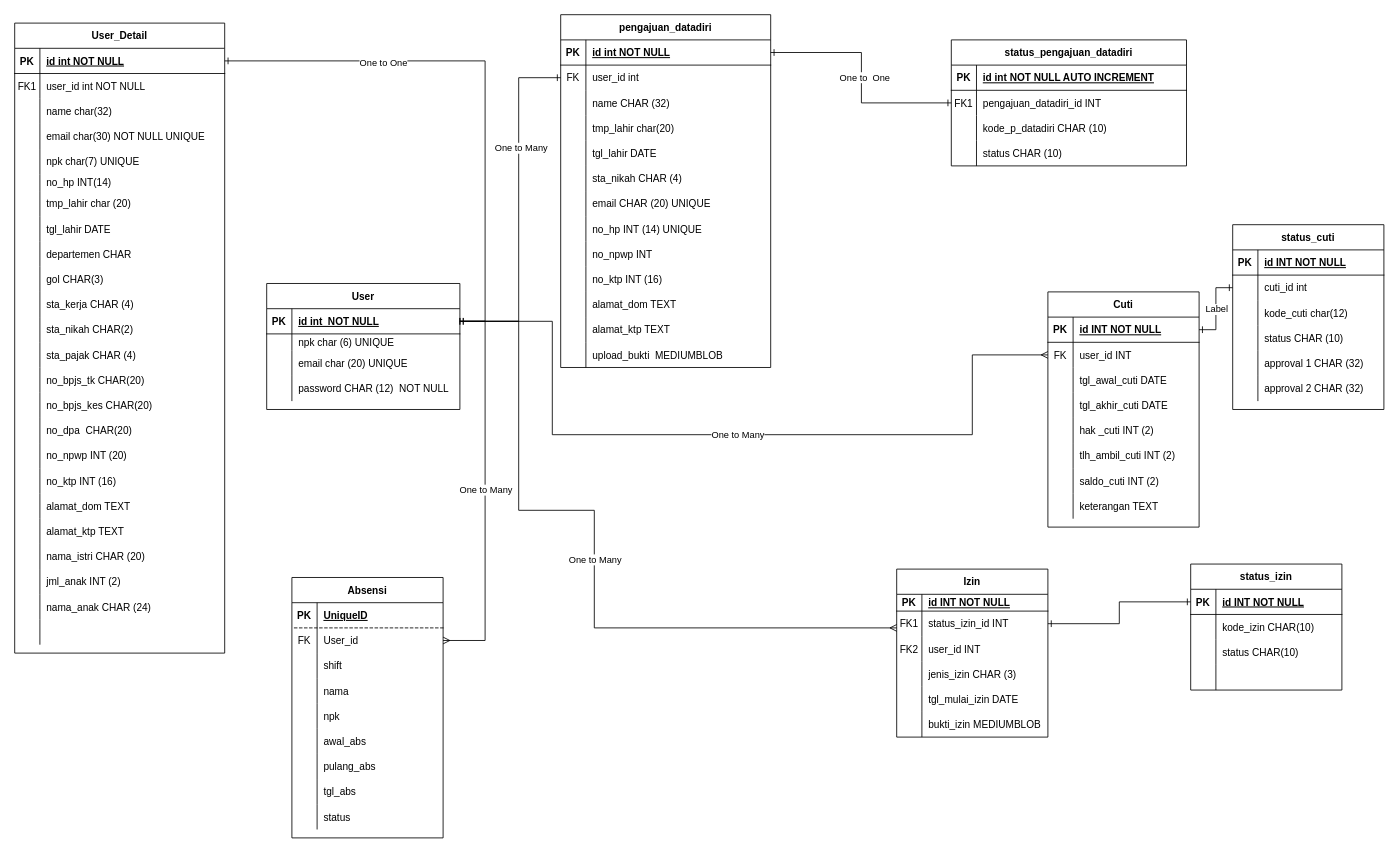
The draw.io diagram page "ERD" (1 of 6) of ERDS1AR/ERD S1AR.drawio in magang-aiia/ERD-Diagram, before the edit. Source tidied: cells renumbered, new cells numbered last; positions are measured from the earlier drawing's top-left corner, leaving out a move shared by most shapes. Both pictures are drawn from the tidied source at 84%, with x=0, y=0 at pixel (14, 14).
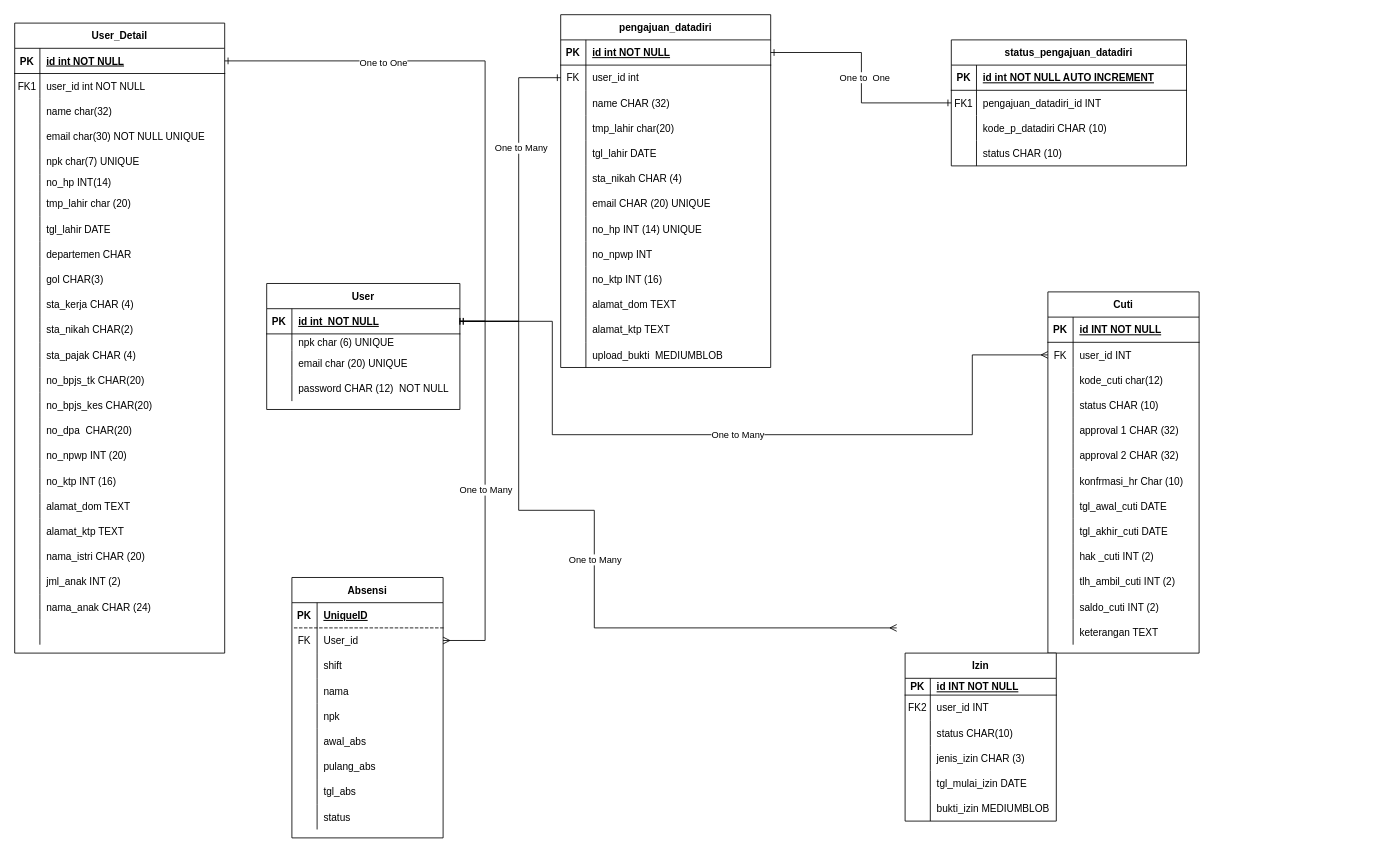
The same diagram, later.

Unchanged cells that the change refers to:
```xml
<mxCell id="129" style="shape=tableRow;horizontal=0;startSize=0;swimlaneHead=0;swimlaneBody=0;fillColor=none;points=[[0,0.5],[1,0.5]];portConstraint=eastwest;top=0;left=0;right=0;bottom=1;rounded=0;" parent="128" vertex="1">
  <mxGeometry y="30" width="180" height="30" as="geometry" />
</mxCell>
```

Change to the diagram source:
```diff
@@
     <mxCell id="128" value="Cuti" style="shape=table;startSize=30;childLayout=tableLayout;rowLines=0;fontStyle=1;align=center;rounded=0;" parent="1" vertex="1">
-      <mxGeometry x="1230" y="330" width="180" height="280" as="geometry" />
+      <mxGeometry x="1230" y="330" width="180" height="430" as="geometry" />
     </mxCell>
@@
+    <mxCell id="260" style="shape=tableRow;horizontal=0;startSize=0;swimlaneHead=0;swimlaneBody=0;fillColor=none;top=0;left=0;right=0;bottom=0;rounded=0;" parent="128" vertex="1">
+      <mxGeometry y="90" width="180" height="30" as="geometry" />
+    </mxCell>
+    <mxCell id="261" style="shape=partialRectangle;fillColor=none;top=0;left=0;bottom=0;right=0;overflow=hidden;rounded=0;" parent="260" vertex="1">
+      <mxGeometry width="30" height="30" as="geometry" />
+    </mxCell>
+    <mxCell id="194" value="kode_cuti char(12)" style="shape=partialRectangle;fillColor=none;top=0;left=0;bottom=0;right=0;align=left;spacingLeft=6;overflow=hidden;rounded=0;" parent="260" vertex="1">
+      <mxGeometry x="30" width="150" height="30" as="geometry" />
+    </mxCell>
+    <mxCell id="262" style="shape=tableRow;horizontal=0;startSize=0;swimlaneHead=0;swimlaneBody=0;fillColor=none;top=0;left=0;right=0;bottom=0;rounded=0;" parent="128" vertex="1">
+      <mxGeometry y="120" width="180" height="30" as="geometry" />
+    </mxCell>
+    <mxCell id="263" style="shape=partialRectangle;fillColor=none;top=0;left=0;bottom=0;right=0;overflow=hidden;rounded=0;" parent="262" vertex="1">
+      <mxGeometry width="30" height="30" as="geometry" />
+    </mxCell>
+    <mxCell id="197" value="status CHAR (10)" style="shape=partialRectangle;fillColor=none;top=0;left=0;bottom=0;right=0;align=left;spacingLeft=6;overflow=hidden;rounded=0;" parent="262" vertex="1">
+      <mxGeometry x="30" width="150" height="30" as="geometry" />
+    </mxCell>
+    <mxCell id="198" style="shape=tableRow;horizontal=0;startSize=0;swimlaneHead=0;swimlaneBody=0;fillColor=none;top=0;left=0;right=0;bottom=0;rounded=0;" parent="128" vertex="1">
+      <mxGeometry y="150" width="180" height="30" as="geometry" />
+    </mxCell>
+    <mxCell id="264" style="shape=partialRectangle;fillColor=none;top=0;left=0;bottom=0;right=0;overflow=hidden;rounded=0;" parent="198" vertex="1">
+      <mxGeometry width="30" height="30" as="geometry" />
+    </mxCell>
+    <mxCell id="200" value="approval 1 CHAR (32)" style="shape=partialRectangle;fillColor=none;top=0;left=0;bottom=0;right=0;align=left;spacingLeft=6;overflow=hidden;rounded=0;" parent="198" vertex="1">
+      <mxGeometry x="30" width="150" height="30" as="geometry" />
+    </mxCell>
+    <mxCell id="201" style="shape=tableRow;horizontal=0;startSize=0;swimlaneHead=0;swimlaneBody=0;fillColor=none;top=0;left=0;right=0;bottom=0;rounded=0;" parent="128" vertex="1">
+      <mxGeometry y="180" width="180" height="30" as="geometry" />
+    </mxCell>
+    <mxCell id="265" style="shape=partialRectangle;fillColor=none;top=0;left=0;bottom=0;right=0;overflow=hidden;rounded=0;" parent="201" vertex="1">
+      <mxGeometry width="30" height="30" as="geometry" />
+    </mxCell>
+    <mxCell id="203" value="approval 2 CHAR (32)" style="shape=partialRectangle;fillColor=none;top=0;left=0;bottom=0;right=0;align=left;spacingLeft=6;overflow=hidden;rounded=0;" parent="201" vertex="1">
+      <mxGeometry x="30" width="150" height="30" as="geometry" />
+    </mxCell>
+    <mxCell id="266" style="shape=tableRow;horizontal=0;startSize=0;swimlaneHead=0;swimlaneBody=0;fillColor=none;top=0;left=0;right=0;bottom=0;rounded=0;" parent="128" vertex="1">
+      <mxGeometry y="210" width="180" height="30" as="geometry" />
+    </mxCell>
+    <mxCell id="267" style="shape=partialRectangle;fillColor=none;top=0;left=0;bottom=0;right=0;overflow=hidden;rounded=0;" parent="266" vertex="1">
+      <mxGeometry width="30" height="30" as="geometry" />
+    </mxCell>
+    <mxCell id="268" value="konfrmasi_hr Char (10)" style="shape=partialRectangle;fillColor=none;top=0;left=0;bottom=0;right=0;align=left;spacingLeft=6;overflow=hidden;rounded=0;" parent="266" vertex="1">
+      <mxGeometry x="30" width="150" height="30" as="geometry" />
+    </mxCell>
     <mxCell id="135" style="shape=tableRow;horizontal=0;startSize=0;swimlaneHead=0;swimlaneBody=0;fillColor=none;top=0;left=0;right=0;bottom=0;rounded=0;" parent="128" vertex="1">
-      <mxGeometry y="90" width="180" height="30" as="geometry" />
+      <mxGeometry y="240" width="180" height="30" as="geometry" />
     </mxCell>
@@
     <mxCell id="138" style="shape=tableRow;horizontal=0;startSize=0;swimlaneHead=0;swimlaneBody=0;fillColor=none;top=0;left=0;right=0;bottom=0;rounded=0;" parent="128" vertex="1">
-      <mxGeometry y="120" width="180" height="30" as="geometry" />
+      <mxGeometry y="270" width="180" height="30" as="geometry" />
     </mxCell>
@@
     <mxCell id="141" style="shape=tableRow;horizontal=0;startSize=0;swimlaneHead=0;swimlaneBody=0;fillColor=none;top=0;left=0;right=0;bottom=0;rounded=0;" parent="128" vertex="1">
-      <mxGeometry y="150" width="180" height="30" as="geometry" />
+      <mxGeometry y="300" width="180" height="30" as="geometry" />
     </mxCell>
@@
     <mxCell id="144" style="shape=tableRow;horizontal=0;startSize=0;swimlaneHead=0;swimlaneBody=0;fillColor=none;top=0;left=0;right=0;bottom=0;rounded=0;" parent="128" vertex="1">
-      <mxGeometry y="180" width="180" height="30" as="geometry" />
+      <mxGeometry y="330" width="180" height="30" as="geometry" />
     </mxCell>
@@
     <mxCell id="147" style="shape=tableRow;horizontal=0;startSize=0;swimlaneHead=0;swimlaneBody=0;fillColor=none;top=0;left=0;right=0;bottom=0;rounded=0;" parent="128" vertex="1">
-      <mxGeometry y="210" width="180" height="30" as="geometry" />
+      <mxGeometry y="360" width="180" height="30" as="geometry" />
     </mxCell>
@@
     <mxCell id="150" style="shape=tableRow;horizontal=0;startSize=0;swimlaneHead=0;swimlaneBody=0;fillColor=none;top=0;left=0;right=0;bottom=0;rounded=0;" parent="128" vertex="1">
-      <mxGeometry y="240" width="180" height="30" as="geometry" />
+      <mxGeometry y="390" width="180" height="30" as="geometry" />
     </mxCell>
@@
     <mxCell id="153" value="Izin" style="shape=table;startSize=30;childLayout=tableLayout;rowLines=0;fontStyle=1;align=center;rounded=0;" parent="1" vertex="1">
-      <mxGeometry x="1050" y="660" width="180" height="200" as="geometry" />
+      <mxGeometry x="1060" y="760" width="180" height="200" as="geometry" />
     </mxCell>
@@
-    <mxCell id="157" style="shape=tableRow;horizontal=0;startSize=0;swimlaneHead=0;swimlaneBody=0;fillColor=none;points=[[0,0.5],[1,0.5]];portConstraint=eastwest;top=0;left=0;right=0;bottom=0;rounded=0;" parent="153" vertex="1">
-      <mxGeometry y="50" width="180" height="30" as="geometry" />
-    </mxCell>
-    <mxCell id="158" value="FK1" style="shape=partialRectangle;fillColor=none;top=0;left=0;bottom=0;right=0;overflow=hidden;rounded=0;" parent="157" vertex="1">
-      <mxGeometry width="30" height="30" as="geometry" />
-    </mxCell>
-    <mxCell id="159" value="status_izin_id INT" style="shape=partialRectangle;fillColor=none;top=0;left=0;bottom=0;right=0;align=left;spacingLeft=6;overflow=hidden;rounded=0;" parent="157" vertex="1">
-      <mxGeometry x="30" width="150" height="30" as="geometry" />
-    </mxCell>
     <mxCell id="160" style="shape=tableRow;horizontal=0;startSize=0;swimlaneHead=0;swimlaneBody=0;fillColor=none;top=0;left=0;right=0;bottom=0;rounded=0;" parent="153" vertex="1">
-      <mxGeometry y="80" width="180" height="30" as="geometry" />
+      <mxGeometry y="50" width="180" height="30" as="geometry" />
     </mxCell>
@@
+    <mxCell id="269" style="shape=tableRow;horizontal=0;startSize=0;swimlaneHead=0;swimlaneBody=0;fillColor=none;top=0;left=0;right=0;bottom=0;rounded=0;" parent="153" vertex="1">
+      <mxGeometry y="80" width="180" height="30" as="geometry" />
+    </mxCell>
+    <mxCell id="270" style="shape=partialRectangle;fillColor=none;top=0;left=0;bottom=0;right=0;overflow=hidden;rounded=0;" parent="269" vertex="1">
+      <mxGeometry width="30" height="30" as="geometry" />
+    </mxCell>
+    <mxCell id="213" value="status CHAR(10)" style="shape=partialRectangle;fillColor=none;top=0;left=0;bottom=0;right=0;align=left;spacingLeft=6;overflow=hidden;rounded=0;" parent="269" vertex="1">
+      <mxGeometry x="30" width="150" height="30" as="geometry" />
+    </mxCell>
@@
-    <mxCell id="185" value="status_cuti" style="shape=table;startSize=30;childLayout=tableLayout;rowLines=0;fontStyle=1;align=center;rounded=0;" parent="1" vertex="1">
-      <mxGeometry x="1450" y="250" width="180" height="220" as="geometry" />
-    </mxCell>
-    <mxCell id="186" style="shape=tableRow;horizontal=0;startSize=0;swimlaneHead=0;swimlaneBody=0;fillColor=none;top=0;left=0;right=0;bottom=1;rounded=0;" parent="185" vertex="1">
-      <mxGeometry y="30" width="180" height="30" as="geometry" />
-    </mxCell>
-    <mxCell id="187" value="PK" style="shape=partialRectangle;fillColor=none;top=0;left=0;bottom=0;right=0;fontStyle=1;overflow=hidden;rounded=0;" parent="186" vertex="1">
-      <mxGeometry width="30" height="30" as="geometry" />
-    </mxCell>
-    <mxCell id="188" value="id INT NOT NULL" style="shape=partialRectangle;fillColor=none;top=0;left=0;bottom=0;right=0;align=left;spacingLeft=6;fontStyle=5;overflow=hidden;rounded=0;" parent="186" vertex="1">
-      <mxGeometry x="30" width="150" height="30" as="geometry" />
-    </mxCell>
-    <mxCell id="189" style="shape=tableRow;horizontal=0;startSize=0;swimlaneHead=0;swimlaneBody=0;fillColor=none;points=[[0,0.5],[1,0.5]];portConstraint=eastwest;top=0;left=0;right=0;bottom=0;rounded=0;" parent="185" vertex="1">
-      <mxGeometry y="60" width="180" height="30" as="geometry" />
-    </mxCell>
-    <mxCell id="190" style="shape=partialRectangle;fillColor=none;top=0;left=0;bottom=0;right=0;overflow=hidden;rounded=0;" parent="189" vertex="1">
-      <mxGeometry width="30" height="30" as="geometry" />
-    </mxCell>
-    <mxCell id="191" value="cuti_id int" style="shape=partialRectangle;fillColor=none;top=0;left=0;bottom=0;right=0;align=left;spacingLeft=6;overflow=hidden;rounded=0;" parent="189" vertex="1">
-      <mxGeometry x="30" width="150" height="30" as="geometry" />
-    </mxCell>
-    <mxCell id="192" style="shape=tableRow;horizontal=0;startSize=0;swimlaneHead=0;swimlaneBody=0;fillColor=none;top=0;left=0;right=0;bottom=0;rounded=0;" parent="185" vertex="1">
-      <mxGeometry y="90" width="180" height="30" as="geometry" />
-    </mxCell>
-    <mxCell id="193" style="shape=partialRectangle;fillColor=none;top=0;left=0;bottom=0;right=0;overflow=hidden;rounded=0;" parent="192" vertex="1">
-      <mxGeometry width="30" height="30" as="geometry" />
-    </mxCell>
-    <mxCell id="194" value="kode_cuti char(12)" style="shape=partialRectangle;fillColor=none;top=0;left=0;bottom=0;right=0;align=left;spacingLeft=6;overflow=hidden;rounded=0;" parent="192" vertex="1">
-      <mxGeometry x="30" width="150" height="30" as="geometry" />
-    </mxCell>
-    <mxCell id="195" style="shape=tableRow;horizontal=0;startSize=0;swimlaneHead=0;swimlaneBody=0;fillColor=none;top=0;left=0;right=0;bottom=0;rounded=0;" parent="185" vertex="1">
-      <mxGeometry y="120" width="180" height="30" as="geometry" />
-    </mxCell>
-    <mxCell id="196" style="shape=partialRectangle;fillColor=none;top=0;left=0;bottom=0;right=0;overflow=hidden;rounded=0;" parent="195" vertex="1">
-      <mxGeometry width="30" height="30" as="geometry" />
-    </mxCell>
-    <mxCell id="197" value="status CHAR (10)" style="shape=partialRectangle;fillColor=none;top=0;left=0;bottom=0;right=0;align=left;spacingLeft=6;overflow=hidden;rounded=0;" parent="195" vertex="1">
-      <mxGeometry x="30" width="150" height="30" as="geometry" />
-    </mxCell>
-    <mxCell id="198" style="shape=tableRow;horizontal=0;startSize=0;swimlaneHead=0;swimlaneBody=0;fillColor=none;top=0;left=0;right=0;bottom=0;rounded=0;" parent="185" vertex="1">
-      <mxGeometry y="150" width="180" height="30" as="geometry" />
-    </mxCell>
-    <mxCell id="199" style="shape=partialRectangle;fillColor=none;top=0;left=0;bottom=0;right=0;overflow=hidden;rounded=0;" parent="198" vertex="1">
-      <mxGeometry width="30" height="30" as="geometry" />
-    </mxCell>
-    <mxCell id="200" value="approval 1 CHAR (32)" style="shape=partialRectangle;fillColor=none;top=0;left=0;bottom=0;right=0;align=left;spacingLeft=6;overflow=hidden;rounded=0;" parent="198" vertex="1">
-      <mxGeometry x="30" width="150" height="30" as="geometry" />
-    </mxCell>
-    <mxCell id="201" style="shape=tableRow;horizontal=0;startSize=0;swimlaneHead=0;swimlaneBody=0;fillColor=none;top=0;left=0;right=0;bottom=0;rounded=0;" parent="185" vertex="1">
-      <mxGeometry y="180" width="180" height="30" as="geometry" />
-    </mxCell>
-    <mxCell id="202" style="shape=partialRectangle;fillColor=none;top=0;left=0;bottom=0;right=0;overflow=hidden;rounded=0;" parent="201" vertex="1">
-      <mxGeometry width="30" height="30" as="geometry" />
-    </mxCell>
-    <mxCell id="203" value="approval 2 CHAR (32)" style="shape=partialRectangle;fillColor=none;top=0;left=0;bottom=0;right=0;align=left;spacingLeft=6;overflow=hidden;rounded=0;" parent="201" vertex="1">
-      <mxGeometry x="30" width="150" height="30" as="geometry" />
-    </mxCell>
-    <mxCell id="204" value="status_izin" style="shape=table;startSize=30;childLayout=tableLayout;rowLines=0;fontStyle=1;align=center;rounded=0;" parent="1" vertex="1">
-      <mxGeometry x="1400" y="654" width="180" height="150" as="geometry" />
-    </mxCell>
-    <mxCell id="205" style="shape=tableRow;horizontal=0;startSize=0;swimlaneHead=0;swimlaneBody=0;fillColor=none;points=[[0,0.5],[1,0.5]];portConstraint=eastwest;top=0;left=0;right=0;bottom=1;rounded=0;" parent="204" vertex="1">
-      <mxGeometry y="30" width="180" height="30" as="geometry" />
-    </mxCell>
-    <mxCell id="206" value="PK" style="shape=partialRectangle;fillColor=none;top=0;left=0;bottom=0;right=0;fontStyle=1;overflow=hidden;rounded=0;" parent="205" vertex="1">
-      <mxGeometry width="30" height="30" as="geometry" />
-    </mxCell>
-    <mxCell id="207" value="id INT NOT NULL" style="shape=partialRectangle;fillColor=none;top=0;left=0;bottom=0;right=0;align=left;spacingLeft=6;fontStyle=5;overflow=hidden;rounded=0;" parent="205" vertex="1">
-      <mxGeometry x="30" width="150" height="30" as="geometry" />
-    </mxCell>
-    <mxCell id="208" style="shape=tableRow;horizontal=0;startSize=0;swimlaneHead=0;swimlaneBody=0;fillColor=none;top=0;left=0;right=0;bottom=0;rounded=0;" parent="204" vertex="1">
-      <mxGeometry y="60" width="180" height="30" as="geometry" />
-    </mxCell>
-    <mxCell id="209" style="shape=partialRectangle;fillColor=none;top=0;left=0;bottom=0;right=0;overflow=hidden;rounded=0;" parent="208" vertex="1">
-      <mxGeometry width="30" height="30" as="geometry" />
-    </mxCell>
-    <mxCell id="210" value="kode_izin CHAR(10)" style="shape=partialRectangle;fillColor=none;top=0;left=0;bottom=0;right=0;align=left;spacingLeft=6;overflow=hidden;rounded=0;" parent="208" vertex="1">
-      <mxGeometry x="30" width="150" height="30" as="geometry" />
-    </mxCell>
-    <mxCell id="211" style="shape=tableRow;horizontal=0;startSize=0;swimlaneHead=0;swimlaneBody=0;fillColor=none;top=0;left=0;right=0;bottom=0;rounded=0;" parent="204" vertex="1">
-      <mxGeometry y="90" width="180" height="30" as="geometry" />
-    </mxCell>
-    <mxCell id="212" style="shape=partialRectangle;fillColor=none;top=0;left=0;bottom=0;right=0;overflow=hidden;rounded=0;" parent="211" vertex="1">
-      <mxGeometry width="30" height="30" as="geometry" />
-    </mxCell>
-    <mxCell id="213" value="status CHAR(10)" style="shape=partialRectangle;fillColor=none;top=0;left=0;bottom=0;right=0;align=left;spacingLeft=6;overflow=hidden;rounded=0;" parent="211" vertex="1">
-      <mxGeometry x="30" width="150" height="30" as="geometry" />
-    </mxCell>
-    <mxCell id="214" style="shape=tableRow;horizontal=0;startSize=0;swimlaneHead=0;swimlaneBody=0;fillColor=none;top=0;left=0;right=0;bottom=0;rounded=0;" parent="204" vertex="1">
-      <mxGeometry y="120" width="180" height="30" as="geometry" />
-    </mxCell>
-    <mxCell id="215" style="shape=partialRectangle;fillColor=none;top=0;left=0;bottom=0;right=0;overflow=hidden;rounded=0;" parent="214" vertex="1">
-      <mxGeometry width="30" height="30" as="geometry" />
-    </mxCell>
-    <mxCell id="216" style="shape=partialRectangle;fillColor=none;top=0;left=0;bottom=0;right=0;align=left;spacingLeft=6;overflow=hidden;rounded=0;" parent="214" vertex="1">
-      <mxGeometry x="30" width="150" height="30" as="geometry" />
-    </mxCell>
@@
-    <mxCell id="221" style="endArrow=ERone;html=1;rounded=0;exitX=1;exitY=0.5;exitDx=0;exitDy=0;entryX=0;entryY=0.5;entryDx=0;entryDy=0;endFill=0;startArrow=ERone;startFill=0;edgeStyle=elbowEdgeStyle;" parent="1" edge="1" source="157" target="205">
-      <mxGeometry relative="1" as="geometry" />
-    </mxCell>
@@
-    <mxCell id="224" style="endArrow=ERone;html=1;rounded=0;exitX=1;exitY=0.5;exitDx=0;exitDy=0;entryX=0;entryY=0.5;entryDx=0;entryDy=0;edgeStyle=elbowEdgeStyle;endFill=0;startArrow=ERone;startFill=0;" parent="1" edge="1" source="129" target="189">
-      <mxGeometry relative="1" as="geometry" />
-    </mxCell>
-    <mxCell id="225" value="Label" style="edgeLabel;html=1;align=center;verticalAlign=middle;" parent="224" vertex="1">
-      <mxGeometry relative="1" as="geometry" />
-    </mxCell>
```
